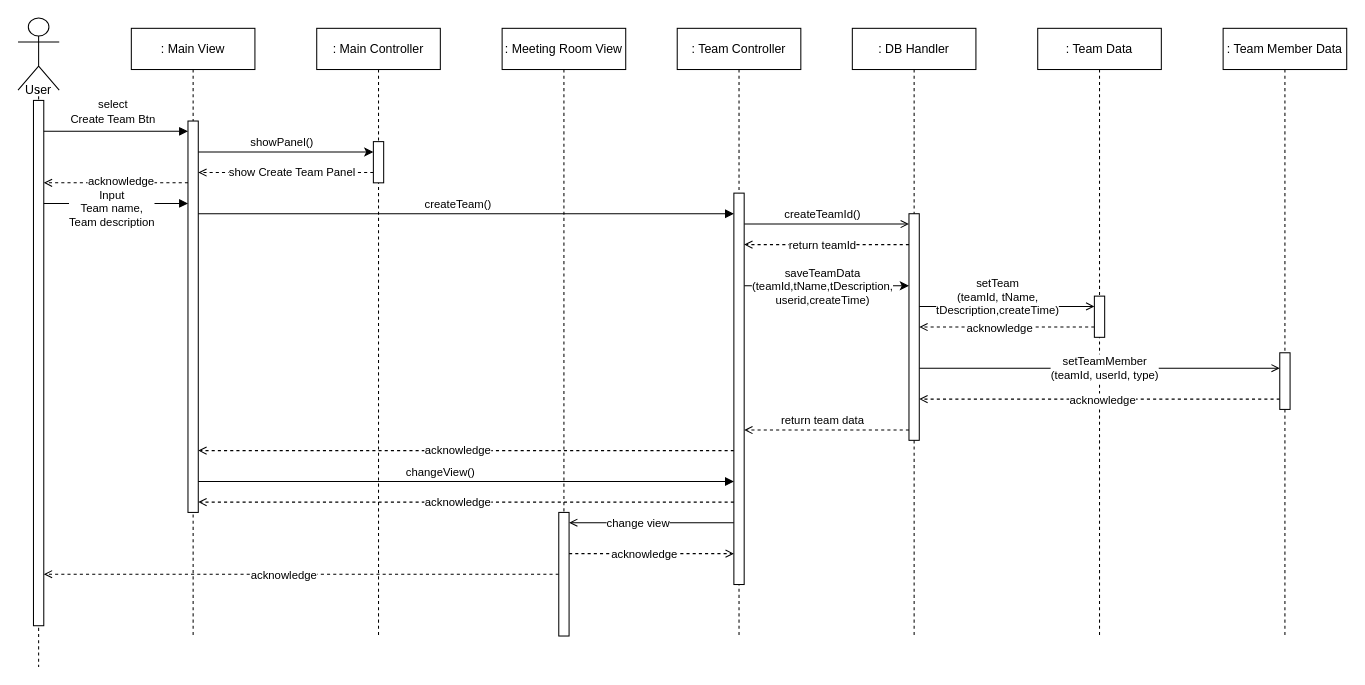
Before: SD3.drawio in ONFFLine/Diagram, a draw.io diagram. Source tidied: cells renumbered, new cells numbered last; positions are measured from the earlier drawing's top-left corner, leaving out a move shared by most shapes. Both pictures are drawn from the tidied source at 103%, with x=0, y=0 at pixel (18, 18).
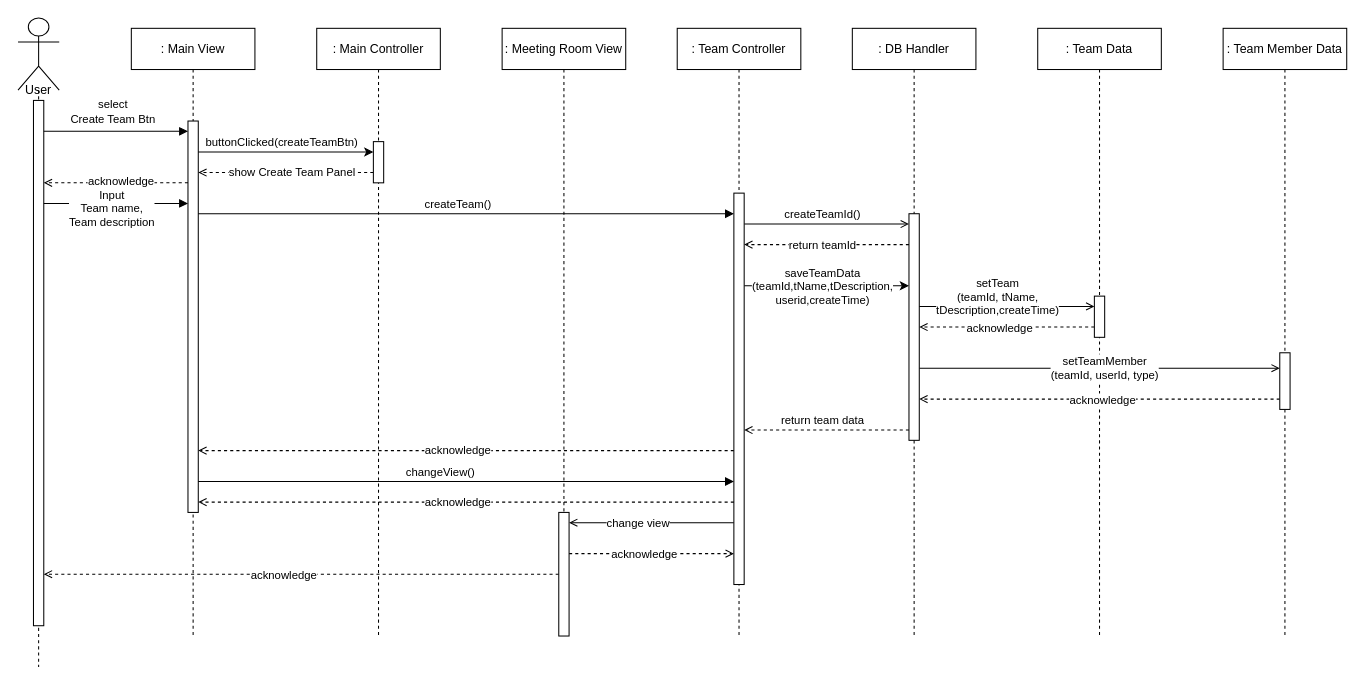
Above is the later version.

The change refers to these unchanged cells:
```xml
<mxCell id="46" style="edgeStyle=orthogonalEdgeStyle;rounded=0;jettySize=auto;html=1;" parent="1" edge="1" source="31" target="45">
  <mxGeometry relative="1" as="geometry">
    <Array as="points">
      <mxPoint x="290" y="130" />
      <mxPoint x="290" y="130" />
    </Array>
  </mxGeometry>
</mxCell>
```

What changed in the source:
```diff
@@
-    <mxCell id="47" value="showPanel()" style="edgeLabel;html=1;align=center;verticalAlign=middle;" parent="46" vertex="1">
+    <mxCell id="47" value="buttonClicked(createTeamBtn)" style="edgeLabel;html=1;align=center;verticalAlign=middle;" parent="46" vertex="1">
       <mxGeometry x="-0.14" y="2" relative="1" as="geometry">
         <mxPoint x="7" y="-8" as="offset" />
       </mxGeometry>
     </mxCell>
```
